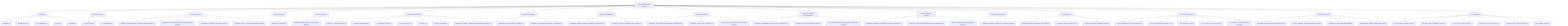
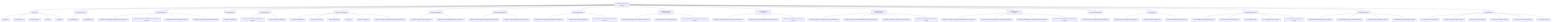
graph TD
    root["ToneSoul Documentation Authority"]
    root --> entrypoints["Entry Points"]
    entrypoints --> entrypoints_1["README.md"]
    entrypoints --> entrypoints_2["README.zh-TW.md"]
    entrypoints --> entrypoints_3["AI_ONBOARDING.md"]
    entrypoints --> entrypoints_4["INDEX.md"]
    entrypoints --> entrypoints_5["README.md"]
    root --> ai_operational_guides["AI Operational Guides"]
    ai_operational_guides --> ai_operational_guides_1["AI_QUICKSTART.md"]
    ai_operational_guides --> ai_operational_guides_2["AI_REFERENCE.md"]
    root --> canonical_architecture["Canonical Architecture"]
    canonical_architecture --> canonical_architecture_1["TONESOUL_EXTERNALIZED_COGNITIVE_ARCHITECTURE.md"]
    canonical_architecture --> canonical_architecture_2["TONESOUL_ARCHITECTURE_MEMORY_ANCHOR_2026-03-22.md"]
    canonical_architecture --> canonical_architecture_3["KNOWLEDGE_SURFACES_BOUNDARY_MAP.md"]
    canonical_architecture --> canonical_architecture_4["TONESOUL_EIGHT_LAYER_CONVERGENCE_MAP.md"]
    root --> deep_system_maps["Deep System Maps"]
    deep_system_maps --> deep_system_maps_1["TONESOUL_ANATOMY.md"]
    root --> interpretive_readings["Interpretive Readings"]
    interpretive_readings --> interpretive_readings_1["TONESOUL_DEEP_READING_ANCHOR_2026-03-26.md"]
    interpretive_readings --> interpretive_readings_2["TONESOUL_CODEX_READING.md"]
    root --> governance_execution["Governance And Execution"]
    governance_execution --> governance_execution_1["7D_AUDIT_FRAMEWORK.md"]
    governance_execution --> governance_execution_2["7D_EXECUTION_SPEC.md"]
    governance_execution --> governance_execution_3["AUDIT_CONTRACT.md"]
    governance_execution --> governance_execution_4["API_SPEC.md"]
    governance_execution --> governance_execution_5["COUNCIL_RUNTIME.md"]
    governance_execution --> governance_execution_6["TONESOUL_SHARED_R_MEMORY_OPERATIONS_CONTRACT.md"]
    root --> claim_authority_distillation["Claim Authority Distillation"]
    claim_authority_distillation --> claim_authority_distillation_1["TONESOUL_CLAIM_AUTHORITY_MATRIX.md"]
    claim_authority_distillation --> claim_authority_distillation_2["TONESOUL_LAW_RUNTIME_BOUNDARY_CONTRACT.md"]
    root --> subject_refresh_boundaries["Subject Refresh Boundaries"]
    subject_refresh_boundaries --> subject_refresh_boundaries_1["TONESOUL_SUBJECT_REFRESH_BOUNDARY_CONTRACT.md"]
    subject_refresh_boundaries --> subject_refresh_boundaries_2["TONESOUL_SUBJECT_SNAPSHOT_FIELD_LANES.md"]
    root --> control_plane_discipline["Control Plane Discipline"]
    control_plane_discipline --> control_plane_discipline_1["TONESOUL_TASK_TRACK_AND_READINESS_CONTRACT.md"]
    control_plane_discipline --> control_plane_discipline_2["TONESOUL_PLAN_DELTA_CONTRACT.md"]
    control_plane_discipline --> control_plane_discipline_3["tonesoul_control_plane_followup_candidates_2026-03-28.md"]
    root --> observable_shell_and_axiom_boundaries["Observable-Shell And Axiom Boundaries"]
    observable_shell_and_axiom_boundaries --> observable_shell_and_axiom_boundaries_1["TONESOUL_OBSERVABLE_SHELL_OPACITY_CONTRACT.md"]
    observable_shell_and_axiom_boundaries --> observable_shell_and_axiom_boundaries_2["TONESOUL_AXIOM_FALSIFICATION_MAP.md"]
    observable_shell_and_axiom_boundaries --> observable_shell_and_axiom_boundaries_3["tonesoul_observability_and_axiom_adoption_review_2026-03-28.md"]
    root --> council_deliberation_discipline["Council Deliberation Discipline"]
    council_deliberation_discipline --> council_deliberation_discipline_1["TONESOUL_COUNCIL_DOSSIER_AND_DISSENT_CONTRACT.md"]
    council_deliberation_discipline --> council_deliberation_discipline_2["TONESOUL_ADAPTIVE_DELIBERATION_MODE_CONTRACT.md"]
    council_deliberation_discipline --> council_deliberation_discipline_3["tonesoul_council_followup_candidates_2026-03-28.md"]
+     root --> continuity_import_and_receiver_discipline["Continuity Import And Receiver Discipline"]
+     continuity_import_and_receiver_discipline --> continuity_import_and_receiver_discipline_1["TONESOUL_CONTINUITY_IMPORT_AND_DECAY_CONTRACT.md"]
+     continuity_import_and_receiver_discipline --> continuity_import_and_receiver_discipline_2["TONESOUL_RECEIVER_INTERPRETATION_BOUNDARY_CONTRACT.md"]
+     continuity_import_and_receiver_discipline --> continuity_import_and_receiver_discipline_3["TONESOUL_CONTINUITY_SURFACE_LIFECYCLE_MAP.md"]
+     continuity_import_and_receiver_discipline --> continuity_import_and_receiver_discipline_4["tonesoul_continuity_followup_candidates_2026-03-29.md"]
+     root --> council_realism_and_calibration["Council Realism And Calibration"]
+     council_realism_and_calibration --> council_realism_and_calibration_1["TONESOUL_COUNCIL_REALISM_AND_INDEPENDENCE_CONTRACT.md"]
+     council_realism_and_calibration --> council_realism_and_calibration_2["TONESOUL_COUNCIL_CONFIDENCE_AND_CALIBRATION_MAP.md"]
+     council_realism_and_calibration --> council_realism_and_calibration_3["TONESOUL_ADVERSARIAL_DELIBERATION_ADOPTION_MAP.md"]
+     council_realism_and_calibration --> council_realism_and_calibration_4["tonesoul_council_realism_followup_candidates_2026-03-29.md"]
    root --> context_continuity_adoption["Context Continuity Adoption"]
    context_continuity_adoption --> context_continuity_adoption_1["TONESOUL_CONTEXT_CONTINUITY_ADOPTION_MAP.md"]
    root --> prompt_discipline_skeleton["Prompt Discipline"]
    prompt_discipline_skeleton --> prompt_discipline_skeleton_1["TONESOUL_PROMPT_DISCIPLINE_SKELETON.md"]
    prompt_discipline_skeleton --> prompt_discipline_skeleton_2["TONESOUL_PROMPT_VARIANTS.md"]
    prompt_discipline_skeleton --> prompt_discipline_skeleton_3["TONESOUL_PROMPT_STARTER_CARDS.md"]
    root --> doc_governance["Documentation Governance"]
    doc_governance --> doc_governance_1["DOCS_INFORMATION_ARCHITECTURE_v1.md"]
    doc_governance --> doc_governance_2["DOCS_CLASSIFICATION_LEDGER_v1.md"]
    doc_governance --> doc_governance_3["FILE_PURPOSE_MAP.md"]
    doc_governance --> doc_governance_4["doc_convergence_inventory_latest.json"]
    doc_governance --> doc_governance_5["doc_convergence_cleanup_plan_2026-03-22.md"]
    root --> convergence_contracts["Convergence Contracts"]
    convergence_contracts --> convergence_contracts_1["BASENAME_DIVERGENCE_DISTILLATION_MAP.md"]
    convergence_contracts --> convergence_contracts_2["PRIVATE_MEMORY_SHADOW_BOUNDARY_MAP.md"]
    convergence_contracts --> convergence_contracts_3["PARADOX_FIXTURE_OWNERSHIP_MAP.md"]
    convergence_contracts --> convergence_contracts_4["ENGINEERING_MIRROR_OWNERSHIP_MAP.md"]
    root --> generated_status["Generated Status"]
    generated_status --> generated_status_1["doc_convergence_inventory_latest.json"]
    generated_status --> generated_status_2["basename_divergence_distillation_latest.json"]
    generated_status --> generated_status_3["private_memory_shadow_latest.json"]
    generated_status --> generated_status_4["paradox_fixture_ownership_latest.json"]
    generated_status --> generated_status_5["engineering_mirror_ownership_latest.json"]
    generated_status --> generated_status_6["claim_authority_latest.json"]
